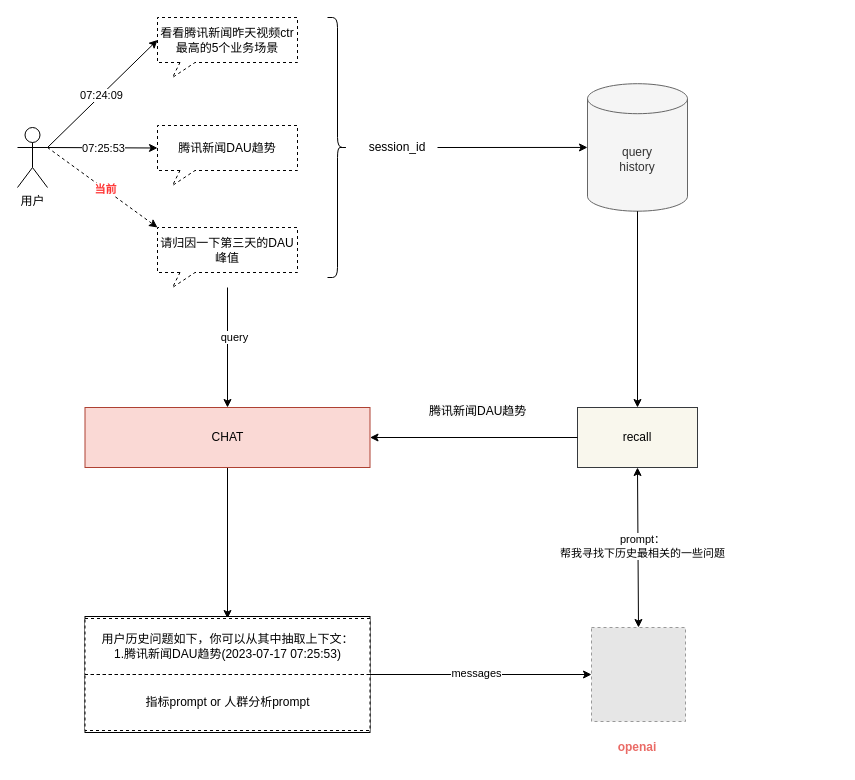
This is llm_multi_round.drawio from learn2Pro/draw_io_save, a draw.io file, before an edit. Source tidied: cells renumbered, new cells numbered last; positions are measured from the earlier drawing's top-left corner, leaving out a move shared by most shapes. Both pictures are drawn from the tidied source at 100%, with x=0, y=0 at pixel (17, 17). Pictures stored in the file or linked from it are replaced by grey dashed boxes.
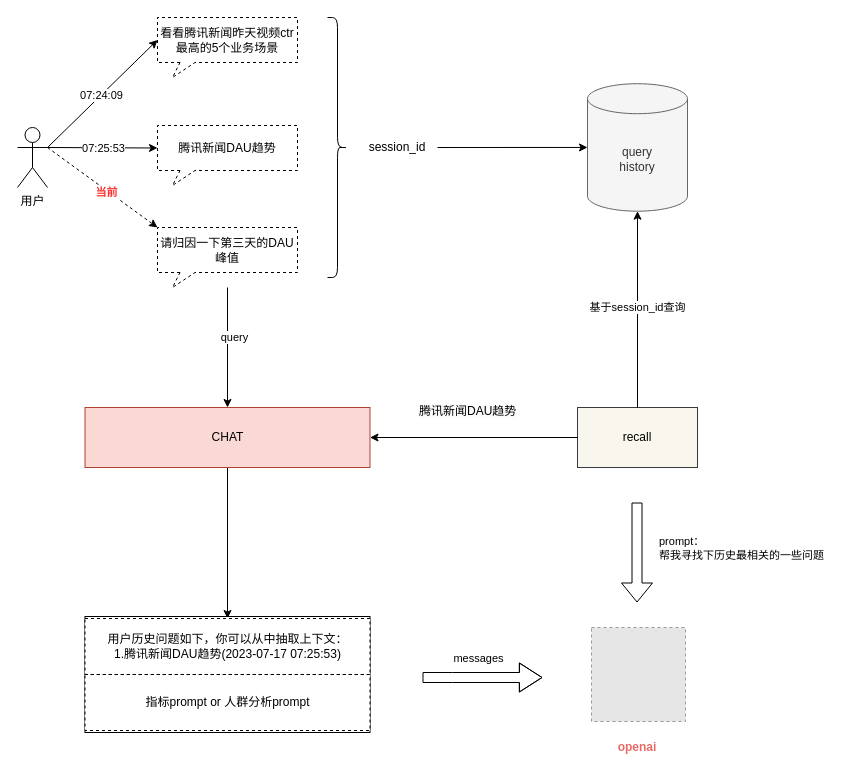
After the change.

Unchanged cells that the change refers to:
```xml
<mxCell id="12" style="endArrow=classic;html=1;rounded=0;entryX=0;entryY=0;entryDx=0;entryDy=0;entryPerimeter=0;exitX=1;exitY=0.3333333333333333;exitDx=0;exitDy=0;exitPerimeter=0;dashed=1;" parent="1" edge="1" source="7" target="6">
  <mxGeometry relative="1" as="geometry" />
</mxCell>
<mxCell id="16" value="query &lt;br&gt;history" style="shape=cylinder3;whiteSpace=wrap;html=1;boundedLbl=1;backgroundOutline=1;size=15;fillColor=#f5f5f5;fontColor=#333333;strokeColor=#666666;" parent="1" vertex="1">
  <mxGeometry x="570" y="66.2" width="100" height="127.5" as="geometry" />
</mxCell>
<mxCell id="20" value="recall" style="rounded=0;whiteSpace=wrap;html=1;fillColor=#f9f7ed;strokeColor=#36393d;" parent="1" vertex="1">
  <mxGeometry x="560" y="390" width="120" height="60" as="geometry" />
</mxCell>
<mxCell id="24" style="fillColor=#E6E6E6;strokeColor=#999999;dashed=1;verticalLabelPosition=bottom;labelBackgroundColor=default;verticalAlign=top;" parent="1" vertex="1">
  <mxGeometry x="574" y="610" width="94" height="94" as="geometry" />
</mxCell>
<mxCell id="27" style="group;" parent="1" vertex="1">
  <mxGeometry x="67.5" y="599" width="285" height="116" as="geometry" />
</mxCell>
```

The edit, as a diff of the source:
```diff
@@
     <mxCell id="13" value="&lt;b&gt;&lt;font color=&quot;#ff3333&quot;&gt;当前&lt;/font&gt;&lt;/b&gt;" style="edgeLabel;html=1;align=center;verticalAlign=middle;" parent="12" vertex="1">
-      <mxGeometry x="0.05" relative="1" as="geometry" />
+      <mxGeometry x="0.05" relative="1" as="geometry">
+        <mxPoint x="1" y="3" as="offset" />
+      </mxGeometry>
     </mxCell>
@@
     <mxCell id="22" value="&lt;span style=&quot;color: rgb(0, 0, 0); font-family: Helvetica; font-size: 12px; font-style: normal; font-variant-ligatures: normal; font-variant-caps: normal; font-weight: 400; letter-spacing: normal; orphans: 2; text-align: center; text-indent: 0px; text-transform: none; widows: 2; word-spacing: 0px; -webkit-text-stroke-width: 0px; background-color: rgb(251, 251, 251); text-decoration-thickness: initial; text-decoration-style: initial; text-decoration-color: initial; float: none; display: inline !important;&quot;&gt;腾讯新闻DAU趋势&lt;/span&gt;" style="text;whiteSpace=wrap;html=1;" parent="1" vertex="1">
-      <mxGeometry x="410" y="380" width="130" height="30" as="geometry" />
+      <mxGeometry x="400" y="380" width="130" height="30" as="geometry" />
     </mxCell>
-    <mxCell id="23" style="endArrow=classic;html=1;rounded=0;exitX=0.5;exitY=1;exitDx=0;exitDy=0;exitPerimeter=0;" parent="1" edge="1" source="16" target="20">
+    <mxCell id="23" style="endArrow=classic;html=1;rounded=0;exitX=0.5;exitY=0;exitDx=0;exitDy=0;entryX=0.5;entryY=1;entryDx=0;entryDy=0;entryPerimeter=0;" parent="1" edge="1" source="20" target="16">
       <mxGeometry relative="1" as="geometry" />
     </mxCell>
+    <mxCell id="34" value="基于session_id查询" style="edgeLabel;html=1;align=center;verticalAlign=middle;" parent="23" vertex="1">
+      <mxGeometry x="0.03" y="1" relative="1" as="geometry" />
+    </mxCell>
@@
-    <mxCell id="25" style="endArrow=classic;startArrow=classic;html=1;rounded=0;exitX=0.5;exitY=0;exitDx=0;exitDy=0;entryX=0.5;entryY=1;entryDx=0;entryDy=0;" parent="1" edge="1" source="24" target="20">
-      <mxGeometry relative="1" as="geometry" />
-    </mxCell>
-    <mxCell id="26" value="prompt：&lt;br style=&quot;border-color: var(--border-color);&quot;&gt;帮我寻找下历史最相关的一些问题" style="edgeLabel;html=1;align=center;verticalAlign=middle;" parent="25" vertex="1">
-      <mxGeometry x="0.01" y="-2" relative="1" as="geometry">
-        <mxPoint x="2" as="offset" />
-      </mxGeometry>
-    </mxCell>
@@
-    <mxCell id="29" value="用户历史问题如下，你可以从其中抽取上下文：&lt;br&gt;1.腾讯新闻DAU趋势(2023-07-17 07:25:53)" style="whiteSpace=wrap;html=1;rounded=0;dashed=1;" parent="27" vertex="1">
+    <mxCell id="29" value="用户历史问题如下，你可以从中抽取上下文：&lt;br&gt;1.腾讯新闻DAU趋势(2023-07-17 07:25:53)" style="whiteSpace=wrap;html=1;rounded=0;dashed=1;" parent="27" vertex="1">
       <mxGeometry y="2" width="285" height="56" as="geometry" />
     </mxCell>
@@
-    <mxCell id="31" style="endArrow=classic;html=1;rounded=0;exitX=1;exitY=1;exitDx=0;exitDy=0;entryX=0;entryY=0.5;entryDx=0;entryDy=0;" parent="1" edge="1" source="29" target="24">
-      <mxGeometry relative="1" as="geometry" />
-    </mxCell>
+    <mxCell id="33" value="&lt;b&gt;&lt;font color=&quot;#ea6b66&quot;&gt;openai&lt;/font&gt;&lt;/b&gt;" style="text;html=1;strokeColor=none;fillColor=none;align=center;verticalAlign=middle;whiteSpace=wrap;rounded=0;" parent="1" vertex="1">
+      <mxGeometry x="590" y="715" width="60" height="30" as="geometry" />
+    </mxCell>
+    <mxCell id="35" style="shape=flexArrow;endArrow=classic;html=1;rounded=0;endWidth=18;endSize=7.2;" parent="1" edge="1">
+      <mxGeometry relative="1" as="geometry">
+        <mxPoint x="405" y="660" as="sourcePoint" />
+        <mxPoint x="525" y="660" as="targetPoint" />
+        <Array as="points">
+          <mxPoint x="435" y="660" />
+        </Array>
+      </mxGeometry>
+    </mxCell>
-    <mxCell id="32" value="messages" style="edgeLabel;html=1;align=center;verticalAlign=middle;" parent="31" vertex="1">
-      <mxGeometry x="0.01" y="-2" relative="1" as="geometry">
-        <mxPoint x="-6" y="-4" as="offset" />
+    <mxCell id="32" value="messages" style="edgeLabel;html=1;align=center;verticalAlign=middle;" parent="35" vertex="1">
+      <mxGeometry x="-0.2" y="1" relative="1" as="geometry">
+        <mxPoint x="7" y="-19" as="offset" />
       </mxGeometry>
     </mxCell>
-    <mxCell id="33" value="&lt;b&gt;&lt;font color=&quot;#ea6b66&quot;&gt;openai&lt;/font&gt;&lt;/b&gt;" style="text;html=1;strokeColor=none;fillColor=none;align=center;verticalAlign=middle;whiteSpace=wrap;rounded=0;" parent="1" vertex="1">
-      <mxGeometry x="590" y="715" width="60" height="30" as="geometry" />
-    </mxCell>
+    <mxCell id="26" value="&lt;span style=&quot;color: rgb(0, 0, 0); font-family: Helvetica; font-size: 11px; font-style: normal; font-variant-ligatures: normal; font-variant-caps: normal; font-weight: 400; letter-spacing: normal; orphans: 2; text-align: center; text-indent: 0px; text-transform: none; widows: 2; word-spacing: 0px; -webkit-text-stroke-width: 0px; background-color: rgb(255, 255, 255); text-decoration-thickness: initial; text-decoration-style: initial; text-decoration-color: initial; float: none; display: inline !important;&quot;&gt;prompt：&lt;/span&gt;&lt;br style=&quot;border-color: var(--border-color); color: rgb(0, 0, 0); font-family: Helvetica; font-size: 11px; font-style: normal; font-variant-ligatures: normal; font-variant-caps: normal; font-weight: 400; letter-spacing: normal; orphans: 2; text-align: center; text-indent: 0px; text-transform: none; widows: 2; word-spacing: 0px; -webkit-text-stroke-width: 0px; text-decoration-thickness: initial; text-decoration-style: initial; text-decoration-color: initial;&quot;&gt;&lt;span style=&quot;color: rgb(0, 0, 0); font-family: Helvetica; font-size: 11px; font-style: normal; font-variant-ligatures: normal; font-variant-caps: normal; font-weight: 400; letter-spacing: normal; orphans: 2; text-align: center; text-indent: 0px; text-transform: none; widows: 2; word-spacing: 0px; -webkit-text-stroke-width: 0px; background-color: rgb(255, 255, 255); text-decoration-thickness: initial; text-decoration-style: initial; text-decoration-color: initial; float: none; display: inline !important;&quot;&gt;帮我寻找下历史最相关的一些问题&lt;/span&gt;" style="text;whiteSpace=wrap;html=1;" parent="1" vertex="1">
+      <mxGeometry x="640" y="510" width="180" height="40" as="geometry" />
+    </mxCell>
+    <mxCell id="36" style="shape=flexArrow;endArrow=classic;html=1;rounded=0;" parent="1" edge="1">
+      <mxGeometry relative="1" as="geometry">
+        <mxPoint x="619.5" y="485" as="sourcePoint" />
+        <mxPoint x="619.5" y="585" as="targetPoint" />
+      </mxGeometry>
+    </mxCell>
```
